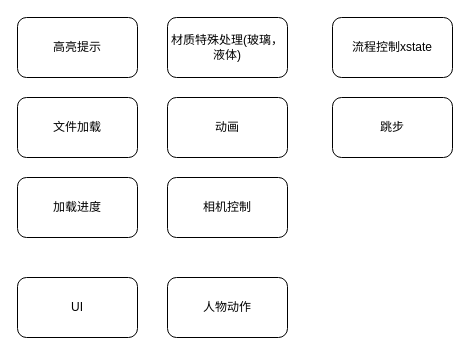
The draw.io diagram 未命名绘图.drawio in Jinxishihenian/mind_mapping, before the edit. Source tidied: cells renumbered, new cells numbered last; positions are measured from the earlier drawing's top-left corner, leaving out a move shared by most shapes. Both pictures are drawn from the tidied source at 100%, with x=0, y=0 at pixel (17, 17).
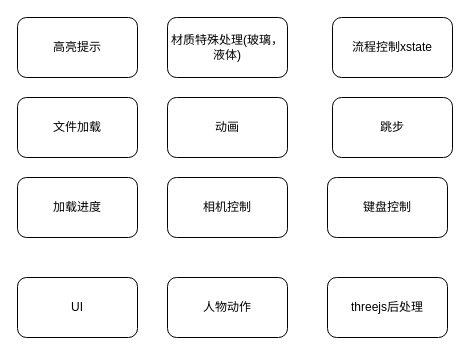
After the change.

Commit message:
更新未命名绘图.drawio

Diff of the diagram source:
```diff
@@
 <mxGraphModel>
   <root>
     <mxCell id="0" />
     <mxCell id="1" parent="0" />
     <mxCell id="2" value="高亮提示" style="rounded=1;whiteSpace=wrap;html=1;" parent="1" vertex="1">
       <mxGeometry width="120" height="60" as="geometry" />
     </mxCell>
     <mxCell id="3" value="文件加载" style="rounded=1;whiteSpace=wrap;html=1;" parent="1" vertex="1">
       <mxGeometry y="80" width="120" height="60" as="geometry" />
     </mxCell>
     <mxCell id="4" value="加载进度" style="rounded=1;whiteSpace=wrap;html=1;" parent="1" vertex="1">
       <mxGeometry y="160" width="120" height="60" as="geometry" />
     </mxCell>
     <mxCell id="5" value="UI" style="rounded=1;whiteSpace=wrap;html=1;" parent="1" vertex="1">
       <mxGeometry y="260" width="120" height="60" as="geometry" />
     </mxCell>
     <mxCell id="6" value="材质特殊处理(玻璃，液体)" style="rounded=1;whiteSpace=wrap;html=1;" parent="1" vertex="1">
       <mxGeometry x="150" width="120" height="60" as="geometry" />
     </mxCell>
     <mxCell id="7" value="动画" style="rounded=1;whiteSpace=wrap;html=1;" parent="1" vertex="1">
       <mxGeometry x="150" y="80" width="120" height="60" as="geometry" />
     </mxCell>
     <mxCell id="8" value="相机控制" style="rounded=1;whiteSpace=wrap;html=1;" parent="1" vertex="1">
       <mxGeometry x="150" y="160" width="120" height="60" as="geometry" />
     </mxCell>
     <mxCell id="9" value="人物动作" style="rounded=1;whiteSpace=wrap;html=1;" parent="1" vertex="1">
       <mxGeometry x="150" y="260" width="120" height="60" as="geometry" />
     </mxCell>
     <mxCell id="10" value="流程控制xstate" style="rounded=1;whiteSpace=wrap;html=1;" parent="1" vertex="1">
       <mxGeometry x="315" width="120" height="60" as="geometry" />
     </mxCell>
     <mxCell id="11" value="跳步" style="rounded=1;whiteSpace=wrap;html=1;" parent="1" vertex="1">
       <mxGeometry x="315" y="80" width="120" height="60" as="geometry" />
     </mxCell>
+    <mxCell id="12" value="键盘控制" style="rounded=1;whiteSpace=wrap;html=1;" parent="1" vertex="1">
+      <mxGeometry x="310" y="160" width="120" height="60" as="geometry" />
+    </mxCell>
+    <mxCell id="13" value="threejs后处理" style="rounded=1;whiteSpace=wrap;html=1;" parent="1" vertex="1">
+      <mxGeometry x="310" y="260" width="120" height="60" as="geometry" />
+    </mxCell>
   </root>
 </mxGraphModel>
```
